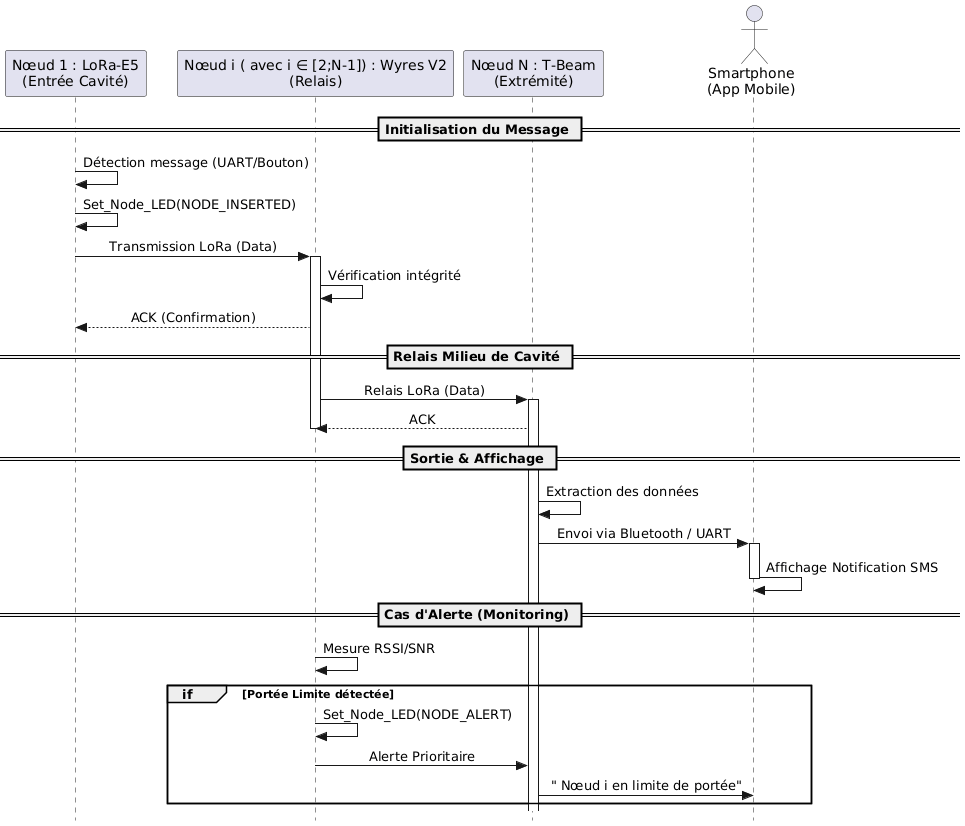
Earlier version of the PlantUML export docs/sequence_diag.png (Arion1771/Projet_4A). Source of this version:
```plantuml
@startuml
skinparam style strictuml
skinparam sequenceMessageAlign center

participant "Nœud 1 : LoRa-E5\n(Entrée Cavité)" as E5
participant "Nœud i ( avec i ∈ [2;N-1]) : Wyres V2\n(Relais)" as Wyres
participant "Nœud N : T-Beam\n(Extrémité)" as TBeam
actor "Smartphone\n(App Mobile)" as Mobile

== Initialisation du Message ==

E5 -> E5 : Détection message (UART/Bouton)
E5 -> E5 : Set_Node_LED(NODE_INSERTED)

E5 -> Wyres : Transmission LoRa (Data)
activate Wyres
Wyres -> Wyres : Vérification intégrité
Wyres --> E5 : ACK (Confirmation)
deactivate E5

== Relais Milieu de Cavité ==

Wyres -> TBeam : Relais LoRa (Data)
activate TBeam
TBeam --> Wyres : ACK
deactivate Wyres

== Sortie & Affichage ==

TBeam -> TBeam : Extraction des données
TBeam -> Mobile : Envoi via Bluetooth / UART
activate Mobile
Mobile -> Mobile : Affichage Notification SMS
deactivate Mobile

== Cas d'Alerte (Monitoring) ==

Wyres -> Wyres : Mesure RSSI/SNR
group if [Portée Limite détectée]
    Wyres -> Wyres : Set_Node_LED(NODE_ALERT)
    Wyres -> TBeam : Alerte Prioritaire
    TBeam -> Mobile : " Nœud i en limite de portée"
end
@enduml
```
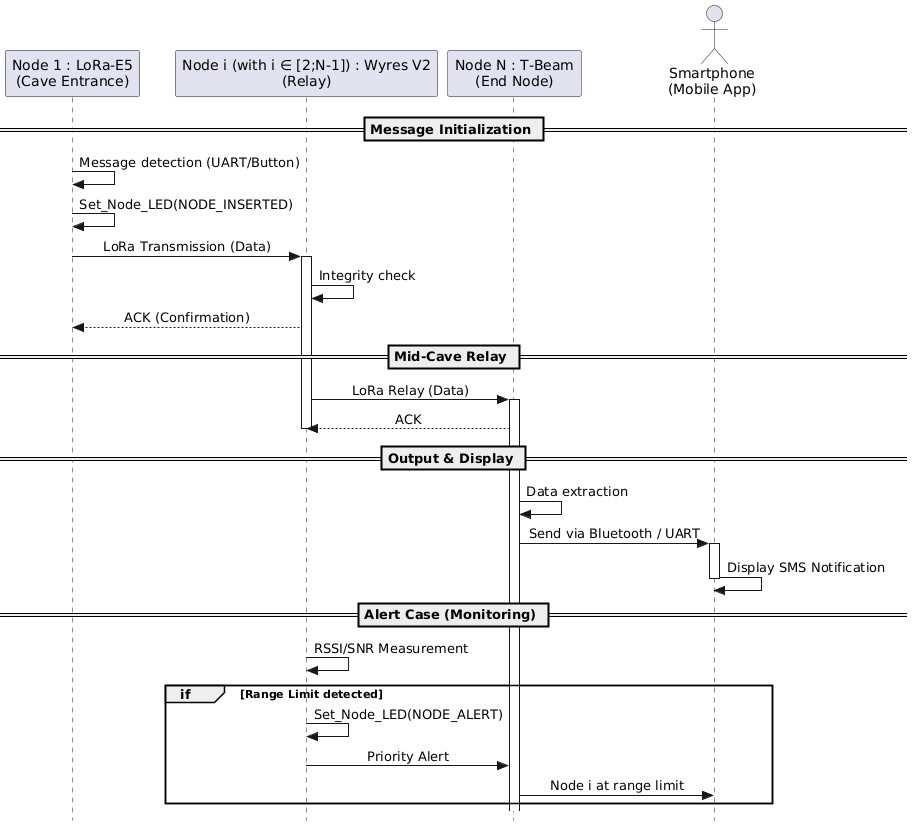
The same file after the commit.

Commit message:
Traduction diagrammes UML

What changed in the source:
```diff
@@ -2,43 +2,43 @@
 skinparam style strictuml
 skinparam sequenceMessageAlign center
 
-participant "Nœud 1 : LoRa-E5\n(Entrée Cavité)" as E5
-participant "Nœud i ( avec i ∈ [2;N-1]) : Wyres V2\n(Relais)" as Wyres
-participant "Nœud N : T-Beam\n(Extrémité)" as TBeam
-actor "Smartphone\n(App Mobile)" as Mobile
+participant "Node 1 : LoRa-E5\n(Cave Entrance)" as E5
+participant "Node i (with i ∈ [2;N-1]) : Wyres V2\n(Relay)" as Wyres
+participant "Node N : T-Beam\n(End Node)" as TBeam
+actor "Smartphone\n(Mobile App)" as Mobile
 
-== Initialisation du Message ==
+== Message Initialization ==
 
-E5 -> E5 : Détection message (UART/Bouton)
+E5 -> E5 : Message detection (UART/Button)
 E5 -> E5 : Set_Node_LED(NODE_INSERTED)
 
-E5 -> Wyres : Transmission LoRa (Data)
+E5 -> Wyres : LoRa Transmission (Data)
 activate Wyres
-Wyres -> Wyres : Vérification intégrité
+Wyres -> Wyres : Integrity check
 Wyres --> E5 : ACK (Confirmation)
 deactivate E5
 
-== Relais Milieu de Cavité ==
+== Mid-Cave Relay ==
 
-Wyres -> TBeam : Relais LoRa (Data)
+Wyres -> TBeam : LoRa Relay (Data)
 activate TBeam
 TBeam --> Wyres : ACK
 deactivate Wyres
 
-== Sortie & Affichage ==
+== Output & Display ==
 
-TBeam -> TBeam : Extraction des données
-TBeam -> Mobile : Envoi via Bluetooth / UART
+TBeam -> TBeam : Data extraction
+TBeam -> Mobile : Send via Bluetooth / UART
 activate Mobile
-Mobile -> Mobile : Affichage Notification SMS
+Mobile -> Mobile : Display SMS Notification
 deactivate Mobile
 
-== Cas d'Alerte (Monitoring) ==
+== Alert Case (Monitoring) ==
 
-Wyres -> Wyres : Mesure RSSI/SNR
-group if [Portée Limite détectée]
+Wyres -> Wyres : RSSI/SNR Measurement
+group if [Range Limit detected]
     Wyres -> Wyres : Set_Node_LED(NODE_ALERT)
-    Wyres -> TBeam : Alerte Prioritaire
-    TBeam -> Mobile : " Nœud i en limite de portée"
+    Wyres -> TBeam : Priority Alert
+    TBeam -> Mobile : Node i at range limit
 end
 @enduml
```
